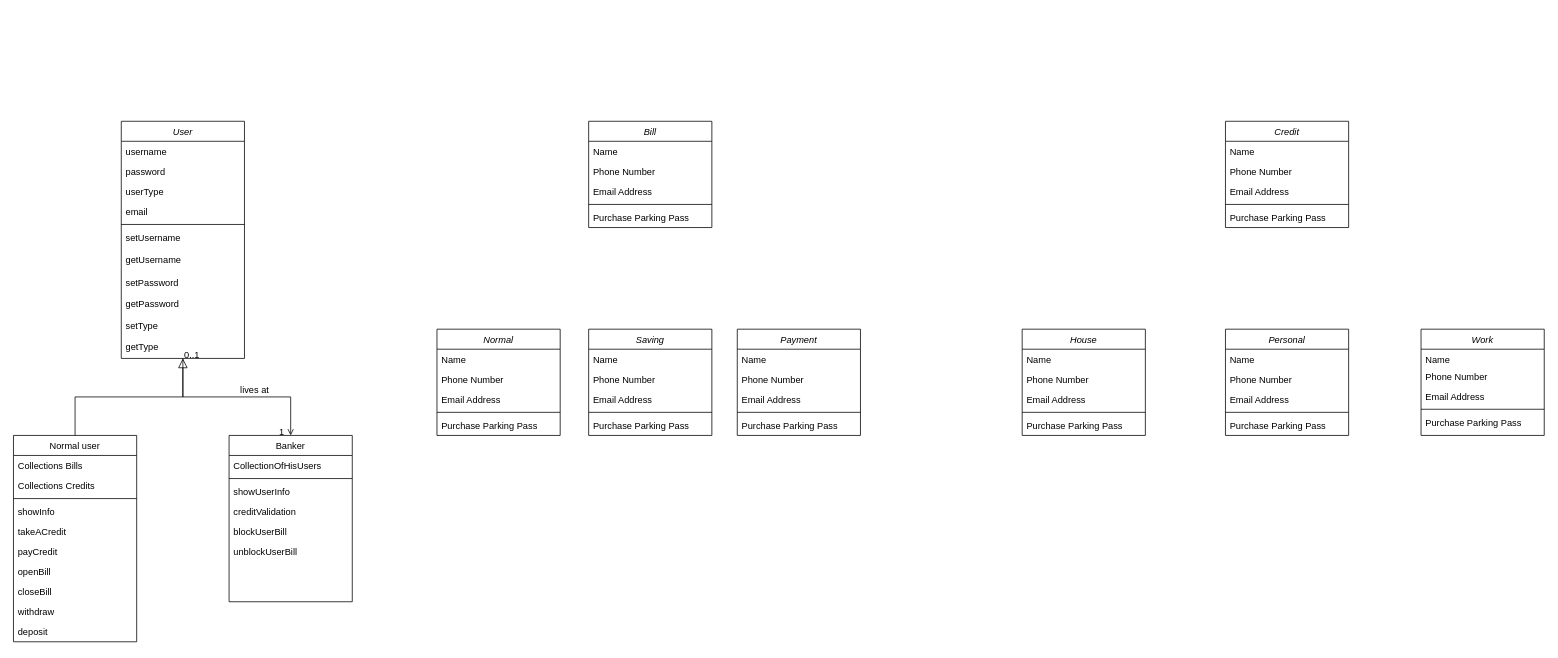
Above: BasicBankSoftwareDiagram.drawio in Nasko14/BasicBankSoftware (draw.io), before the change. Source tidied: cells renumbered, new cells numbered last; positions are measured from the earlier drawing's top-left corner, leaving out a move shared by most shapes. Both pictures are drawn from the tidied source at 77%, with x=0, y=0 at pixel (13, 121).
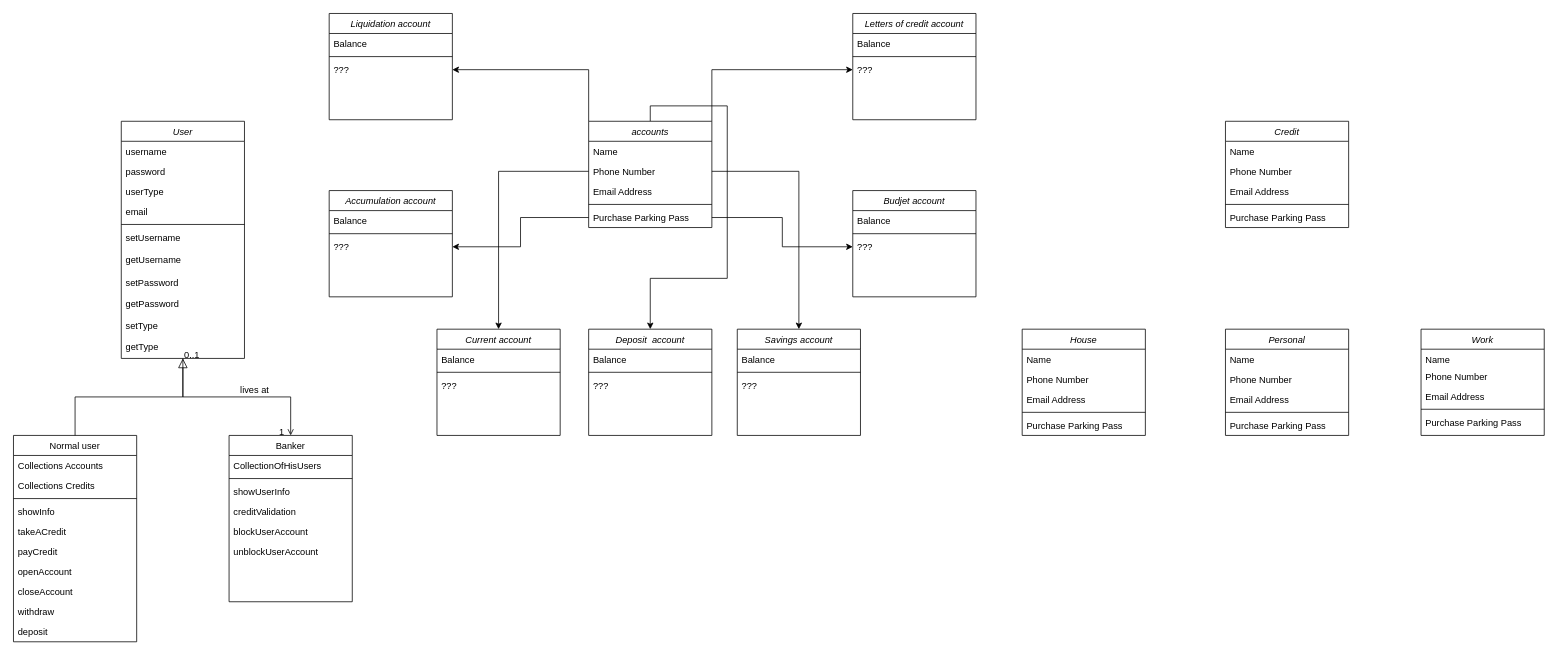
After the change.

Unchanged cells that the change refers to:
```xml
<mxCell id="14" value="Normal user" style="swimlane;fontStyle=0;align=center;verticalAlign=top;horizontal=1;startSize=26;rounded=0;shadow=0;strokeWidth=1;" parent="1" vertex="1">
  <mxGeometry y="408" width="160" height="268" as="geometry" />
</mxCell>
<mxCell id="26" value="Banker" style="swimlane;fontStyle=0;align=center;verticalAlign=top;horizontal=1;startSize=26;rounded=0;shadow=0;strokeWidth=1;" parent="1" vertex="1">
  <mxGeometry x="280" y="408" width="160" height="216" as="geometry" />
</mxCell>
<mxCell id="39" value="Phone Number" style="text;align=left;verticalAlign=top;spacingLeft=4;spacingRight=4;overflow=hidden;points=[[0,0.5],[1,0.5]];portConstraint=eastwest;rounded=0;shadow=0;html=0;" parent="37" vertex="1">
  <mxGeometry y="52" width="160" height="26" as="geometry" />
</mxCell>
<mxCell id="42" value="Purchase Parking Pass" style="text;align=left;verticalAlign=top;spacingLeft=4;spacingRight=4;overflow=hidden;points=[[0,0.5],[1,0.5]];portConstraint=eastwest;" parent="37" vertex="1">
  <mxGeometry y="112" width="160" height="26" as="geometry" />
</mxCell>
```

Diff of the diagram source:
```diff
@@
-    <mxCell id="15" value="Collections Bills&#10;" style="text;align=left;verticalAlign=top;spacingLeft=4;spacingRight=4;overflow=hidden;" parent="14" vertex="1">
+    <mxCell id="15" value="Collections Accounts&#10;" style="text;align=left;verticalAlign=top;spacingLeft=4;spacingRight=4;overflow=hidden;" parent="14" vertex="1">
       <mxGeometry y="26" width="160" height="26" as="geometry" />
     </mxCell>
@@
-    <mxCell id="21" value="openBill" style="text;align=left;verticalAlign=top;spacingLeft=4;spacingRight=4;overflow=hidden;" parent="14" vertex="1">
+    <mxCell id="21" value="openAccount" style="text;align=left;verticalAlign=top;spacingLeft=4;spacingRight=4;overflow=hidden;" parent="14" vertex="1">
       <mxGeometry y="164" width="160" height="26" as="geometry" />
     </mxCell>
-    <mxCell id="22" value="closeBill" style="text;align=left;verticalAlign=top;spacingLeft=4;spacingRight=4;overflow=hidden;" parent="14" vertex="1">
+    <mxCell id="22" value="closeAccount" style="text;align=left;verticalAlign=top;spacingLeft=4;spacingRight=4;overflow=hidden;" parent="14" vertex="1">
       <mxGeometry y="190" width="160" height="26" as="geometry" />
     </mxCell>
@@
-    <mxCell id="31" value="blockUserBill" style="text;align=left;verticalAlign=top;spacingLeft=4;spacingRight=4;overflow=hidden;" parent="26" vertex="1">
+    <mxCell id="31" value="blockUserAccount" style="text;align=left;verticalAlign=top;spacingLeft=4;spacingRight=4;overflow=hidden;" parent="26" vertex="1">
       <mxGeometry y="112" width="160" height="26" as="geometry" />
     </mxCell>
-    <mxCell id="32" value="unblockUserBill" style="text;align=left;verticalAlign=top;spacingLeft=4;spacingRight=4;overflow=hidden;" parent="26" vertex="1">
+    <mxCell id="32" value="unblockUserAccount" style="text;align=left;verticalAlign=top;spacingLeft=4;spacingRight=4;overflow=hidden;" parent="26" vertex="1">
       <mxGeometry y="138" width="160" height="26" as="geometry" />
     </mxCell>
@@
+    <mxCell id="85" style="edgeStyle=orthogonalEdgeStyle;rounded=0;jettySize=auto;html=1;exitX=1;exitY=0;exitDx=0;exitDy=0;entryX=0;entryY=0.5;entryDx=0;entryDy=0;fontSize=12;" parent="1" edge="1" source="37" target="103">
+      <mxGeometry relative="1" as="geometry" />
+    </mxCell>
+    <mxCell id="86" style="edgeStyle=orthogonalEdgeStyle;rounded=0;jettySize=auto;html=1;exitX=0;exitY=0;exitDx=0;exitDy=0;entryX=1;entryY=0.5;entryDx=0;entryDy=0;fontSize=12;" parent="1" edge="1" source="37" target="99">
+      <mxGeometry relative="1" as="geometry" />
+    </mxCell>
+    <mxCell id="87" style="edgeStyle=orthogonalEdgeStyle;rounded=0;jettySize=auto;html=1;exitX=0.5;exitY=0;exitDx=0;exitDy=0;entryX=0.5;entryY=0;entryDx=0;entryDy=0;fontSize=12;" parent="1" edge="1" source="37" target="49">
+      <mxGeometry relative="1" as="geometry" />
+    </mxCell>
-    <mxCell id="37" value="Bill" style="swimlane;fontStyle=2;align=center;verticalAlign=top;horizontal=1;startSize=26;rounded=0;shadow=0;strokeWidth=1;" parent="1" vertex="1">
+    <mxCell id="37" value="accounts" style="swimlane;fontStyle=2;align=center;verticalAlign=top;horizontal=1;startSize=26;rounded=0;shadow=0;strokeWidth=1;" parent="1" vertex="1">
       <mxGeometry x="747" width="160" height="138" as="geometry" />
     </mxCell>
@@
-    <mxCell id="43" value="Normal" style="swimlane;fontStyle=2;align=center;verticalAlign=top;horizontal=1;startSize=26;rounded=0;shadow=0;strokeWidth=1;" parent="1" vertex="1">
+    <mxCell id="43" value="Current account" style="swimlane;fontStyle=2;align=center;verticalAlign=top;horizontal=1;startSize=26;rounded=0;shadow=0;strokeWidth=1;" parent="1" vertex="1">
       <mxGeometry x="550" y="270" width="160" height="138" as="geometry" />
     </mxCell>
-    <mxCell id="44" value="Name" style="text;align=left;verticalAlign=top;spacingLeft=4;spacingRight=4;overflow=hidden;" parent="43" vertex="1">
+    <mxCell id="44" value="Balance" style="text;align=left;verticalAlign=top;spacingLeft=4;spacingRight=4;overflow=hidden;" parent="43" vertex="1">
       <mxGeometry y="26" width="160" height="26" as="geometry" />
     </mxCell>
-    <mxCell id="45" value="Phone Number" style="text;align=left;verticalAlign=top;spacingLeft=4;spacingRight=4;overflow=hidden;rounded=0;shadow=0;html=0;" parent="43" vertex="1">
-      <mxGeometry y="52" width="160" height="26" as="geometry" />
-    </mxCell>
-    <mxCell id="46" value="Email Address" style="text;align=left;verticalAlign=top;spacingLeft=4;spacingRight=4;overflow=hidden;rounded=0;shadow=0;html=0;" parent="43" vertex="1">
-      <mxGeometry y="78" width="160" height="26" as="geometry" />
-    </mxCell>
     <mxCell id="47" style="line;html=1;strokeWidth=1;align=left;verticalAlign=middle;spacingTop=-1;spacingLeft=3;spacingRight=3;labelPosition=right;" parent="43" vertex="1">
-      <mxGeometry y="104" width="160" height="8" as="geometry" />
+      <mxGeometry y="52" width="160" height="8" as="geometry" />
     </mxCell>
-    <mxCell id="48" value="Purchase Parking Pass" style="text;align=left;verticalAlign=top;spacingLeft=4;spacingRight=4;overflow=hidden;" parent="43" vertex="1">
-      <mxGeometry y="112" width="160" height="26" as="geometry" />
+    <mxCell id="48" value="???" style="text;align=left;verticalAlign=top;spacingLeft=4;spacingRight=4;overflow=hidden;" parent="43" vertex="1">
+      <mxGeometry y="60" width="160" height="26" as="geometry" />
     </mxCell>
-    <mxCell id="49" value="Saving" style="swimlane;fontStyle=2;align=center;verticalAlign=top;horizontal=1;startSize=26;rounded=0;shadow=0;strokeWidth=1;" parent="1" vertex="1">
+    <mxCell id="49" value="Deposit  account" style="swimlane;fontStyle=2;align=center;verticalAlign=top;horizontal=1;startSize=26;rounded=0;shadow=0;strokeWidth=1;" parent="1" vertex="1">
       <mxGeometry x="747" y="270" width="160" height="138" as="geometry" />
     </mxCell>
-    <mxCell id="50" value="Name" style="text;align=left;verticalAlign=top;spacingLeft=4;spacingRight=4;overflow=hidden;" parent="49" vertex="1">
+    <mxCell id="50" value="Balance" style="text;align=left;verticalAlign=top;spacingLeft=4;spacingRight=4;overflow=hidden;" parent="49" vertex="1">
       <mxGeometry y="26" width="160" height="26" as="geometry" />
     </mxCell>
-    <mxCell id="51" value="Phone Number" style="text;align=left;verticalAlign=top;spacingLeft=4;spacingRight=4;overflow=hidden;rounded=0;shadow=0;html=0;" parent="49" vertex="1">
-      <mxGeometry y="52" width="160" height="26" as="geometry" />
-    </mxCell>
-    <mxCell id="52" value="Email Address" style="text;align=left;verticalAlign=top;spacingLeft=4;spacingRight=4;overflow=hidden;rounded=0;shadow=0;html=0;" parent="49" vertex="1">
-      <mxGeometry y="78" width="160" height="26" as="geometry" />
-    </mxCell>
     <mxCell id="53" style="line;html=1;strokeWidth=1;align=left;verticalAlign=middle;spacingTop=-1;spacingLeft=3;spacingRight=3;labelPosition=right;" parent="49" vertex="1">
-      <mxGeometry y="104" width="160" height="8" as="geometry" />
+      <mxGeometry y="52" width="160" height="8" as="geometry" />
     </mxCell>
-    <mxCell id="54" value="Purchase Parking Pass" style="text;align=left;verticalAlign=top;spacingLeft=4;spacingRight=4;overflow=hidden;" parent="49" vertex="1">
-      <mxGeometry y="112" width="160" height="26" as="geometry" />
+    <mxCell id="54" value="???" style="text;align=left;verticalAlign=top;spacingLeft=4;spacingRight=4;overflow=hidden;" parent="49" vertex="1">
+      <mxGeometry y="60" width="160" height="26" as="geometry" />
     </mxCell>
-    <mxCell id="55" value="Payment" style="swimlane;fontStyle=2;align=center;verticalAlign=top;horizontal=1;startSize=26;rounded=0;shadow=0;strokeWidth=1;" parent="1" vertex="1">
+    <mxCell id="55" value="Savings account" style="swimlane;fontStyle=2;align=center;verticalAlign=top;horizontal=1;startSize=26;rounded=0;shadow=0;strokeWidth=1;" parent="1" vertex="1">
       <mxGeometry x="940" y="270" width="160" height="138" as="geometry" />
     </mxCell>
-    <mxCell id="56" value="Name" style="text;align=left;verticalAlign=top;spacingLeft=4;spacingRight=4;overflow=hidden;" parent="55" vertex="1">
+    <mxCell id="56" value="Balance" style="text;align=left;verticalAlign=top;spacingLeft=4;spacingRight=4;overflow=hidden;" parent="55" vertex="1">
       <mxGeometry y="26" width="160" height="26" as="geometry" />
     </mxCell>
-    <mxCell id="57" value="Phone Number" style="text;align=left;verticalAlign=top;spacingLeft=4;spacingRight=4;overflow=hidden;rounded=0;shadow=0;html=0;" parent="55" vertex="1">
-      <mxGeometry y="52" width="160" height="26" as="geometry" />
-    </mxCell>
-    <mxCell id="58" value="Email Address" style="text;align=left;verticalAlign=top;spacingLeft=4;spacingRight=4;overflow=hidden;rounded=0;shadow=0;html=0;" parent="55" vertex="1">
-      <mxGeometry y="78" width="160" height="26" as="geometry" />
-    </mxCell>
     <mxCell id="59" style="line;html=1;strokeWidth=1;align=left;verticalAlign=middle;spacingTop=-1;spacingLeft=3;spacingRight=3;labelPosition=right;" parent="55" vertex="1">
-      <mxGeometry y="104" width="160" height="8" as="geometry" />
+      <mxGeometry y="52" width="160" height="8" as="geometry" />
     </mxCell>
-    <mxCell id="60" value="Purchase Parking Pass" style="text;align=left;verticalAlign=top;spacingLeft=4;spacingRight=4;overflow=hidden;" parent="55" vertex="1">
-      <mxGeometry y="112" width="160" height="26" as="geometry" />
+    <mxCell id="60" value="???" style="text;align=left;verticalAlign=top;spacingLeft=4;spacingRight=4;overflow=hidden;" parent="55" vertex="1">
+      <mxGeometry y="60" width="160" height="26" as="geometry" />
     </mxCell>
@@
+    <mxCell id="88" value="Budjet account" style="swimlane;fontStyle=2;align=center;verticalAlign=top;horizontal=1;startSize=26;rounded=0;shadow=0;strokeWidth=1;" parent="1" vertex="1">
+      <mxGeometry x="1090" y="90" width="160" height="138" as="geometry" />
+    </mxCell>
+    <mxCell id="89" value="Balance" style="text;align=left;verticalAlign=top;spacingLeft=4;spacingRight=4;overflow=hidden;" parent="88" vertex="1">
+      <mxGeometry y="26" width="160" height="26" as="geometry" />
+    </mxCell>
+    <mxCell id="90" style="line;html=1;strokeWidth=1;align=left;verticalAlign=middle;spacingTop=-1;spacingLeft=3;spacingRight=3;labelPosition=right;" parent="88" vertex="1">
+      <mxGeometry y="52" width="160" height="8" as="geometry" />
+    </mxCell>
+    <mxCell id="91" value="???" style="text;align=left;verticalAlign=top;spacingLeft=4;spacingRight=4;overflow=hidden;points=[[0,0.5],[1,0.5]];portConstraint=eastwest;" parent="88" vertex="1">
+      <mxGeometry y="60" width="160" height="26" as="geometry" />
+    </mxCell>
+    <mxCell id="92" value="Accumulation account" style="swimlane;fontStyle=2;align=center;verticalAlign=top;horizontal=1;startSize=26;rounded=0;shadow=0;strokeWidth=1;" parent="1" vertex="1">
+      <mxGeometry x="410" y="90" width="160" height="138" as="geometry" />
+    </mxCell>
+    <mxCell id="93" value="Balance" style="text;align=left;verticalAlign=top;spacingLeft=4;spacingRight=4;overflow=hidden;" parent="92" vertex="1">
+      <mxGeometry y="26" width="160" height="26" as="geometry" />
+    </mxCell>
+    <mxCell id="94" style="line;html=1;strokeWidth=1;align=left;verticalAlign=middle;spacingTop=-1;spacingLeft=3;spacingRight=3;labelPosition=right;" parent="92" vertex="1">
+      <mxGeometry y="52" width="160" height="8" as="geometry" />
+    </mxCell>
+    <mxCell id="95" value="???" style="text;align=left;verticalAlign=top;spacingLeft=4;spacingRight=4;overflow=hidden;points=[[0,0.5],[1,0.5]];portConstraint=eastwest;" parent="92" vertex="1">
+      <mxGeometry y="60" width="160" height="26" as="geometry" />
+    </mxCell>
+    <mxCell id="96" value="Liquidation account" style="swimlane;fontStyle=2;align=center;verticalAlign=top;horizontal=1;startSize=26;rounded=0;shadow=0;strokeWidth=1;" parent="1" vertex="1">
+      <mxGeometry x="410" y="-140" width="160" height="138" as="geometry" />
+    </mxCell>
+    <mxCell id="97" value="Balance" style="text;align=left;verticalAlign=top;spacingLeft=4;spacingRight=4;overflow=hidden;" parent="96" vertex="1">
+      <mxGeometry y="26" width="160" height="26" as="geometry" />
+    </mxCell>
+    <mxCell id="98" style="line;html=1;strokeWidth=1;align=left;verticalAlign=middle;spacingTop=-1;spacingLeft=3;spacingRight=3;labelPosition=right;" parent="96" vertex="1">
+      <mxGeometry y="52" width="160" height="8" as="geometry" />
+    </mxCell>
+    <mxCell id="99" value="???" style="text;align=left;verticalAlign=top;spacingLeft=4;spacingRight=4;overflow=hidden;points=[[0,0.5],[1,0.5]];portConstraint=eastwest;" parent="96" vertex="1">
+      <mxGeometry y="60" width="160" height="26" as="geometry" />
+    </mxCell>
+    <mxCell id="100" value="Letters of credit account" style="swimlane;fontStyle=2;align=center;verticalAlign=top;horizontal=1;startSize=26;rounded=0;shadow=0;strokeWidth=1;fontSize=12;" parent="1" vertex="1">
+      <mxGeometry x="1090" y="-140" width="160" height="138" as="geometry" />
+    </mxCell>
+    <mxCell id="101" value="Balance" style="text;align=left;verticalAlign=top;spacingLeft=4;spacingRight=4;overflow=hidden;" parent="100" vertex="1">
+      <mxGeometry y="26" width="160" height="26" as="geometry" />
+    </mxCell>
+    <mxCell id="102" style="line;html=1;strokeWidth=1;align=left;verticalAlign=middle;spacingTop=-1;spacingLeft=3;spacingRight=3;labelPosition=right;" parent="100" vertex="1">
+      <mxGeometry y="52" width="160" height="8" as="geometry" />
+    </mxCell>
+    <mxCell id="103" value="???" style="text;align=left;verticalAlign=top;spacingLeft=4;spacingRight=4;overflow=hidden;points=[[0,0.5],[1,0.5]];portConstraint=eastwest;" parent="100" vertex="1">
+      <mxGeometry y="60" width="160" height="26" as="geometry" />
+    </mxCell>
+    <mxCell id="104" style="edgeStyle=orthogonalEdgeStyle;rounded=0;jettySize=auto;html=1;exitX=1;exitY=0.5;exitDx=0;exitDy=0;entryX=0;entryY=0.5;entryDx=0;entryDy=0;fontSize=12;" parent="1" edge="1" source="42" target="91">
+      <mxGeometry relative="1" as="geometry" />
+    </mxCell>
+    <mxCell id="105" style="edgeStyle=orthogonalEdgeStyle;rounded=0;jettySize=auto;html=1;exitX=0;exitY=0.5;exitDx=0;exitDy=0;entryX=1;entryY=0.5;entryDx=0;entryDy=0;fontSize=12;" parent="1" edge="1" source="42" target="95">
+      <mxGeometry relative="1" as="geometry" />
+    </mxCell>
+    <mxCell id="106" style="edgeStyle=orthogonalEdgeStyle;rounded=0;jettySize=auto;html=1;exitX=1;exitY=0.5;exitDx=0;exitDy=0;entryX=0.5;entryY=0;entryDx=0;entryDy=0;fontSize=12;" parent="1" edge="1" source="39" target="55">
+      <mxGeometry relative="1" as="geometry" />
+    </mxCell>
+    <mxCell id="107" style="edgeStyle=orthogonalEdgeStyle;rounded=0;jettySize=auto;html=1;exitX=0;exitY=0.5;exitDx=0;exitDy=0;entryX=0.5;entryY=0;entryDx=0;entryDy=0;fontSize=12;" parent="1" edge="1" source="39" target="43">
+      <mxGeometry relative="1" as="geometry" />
+    </mxCell>
```
